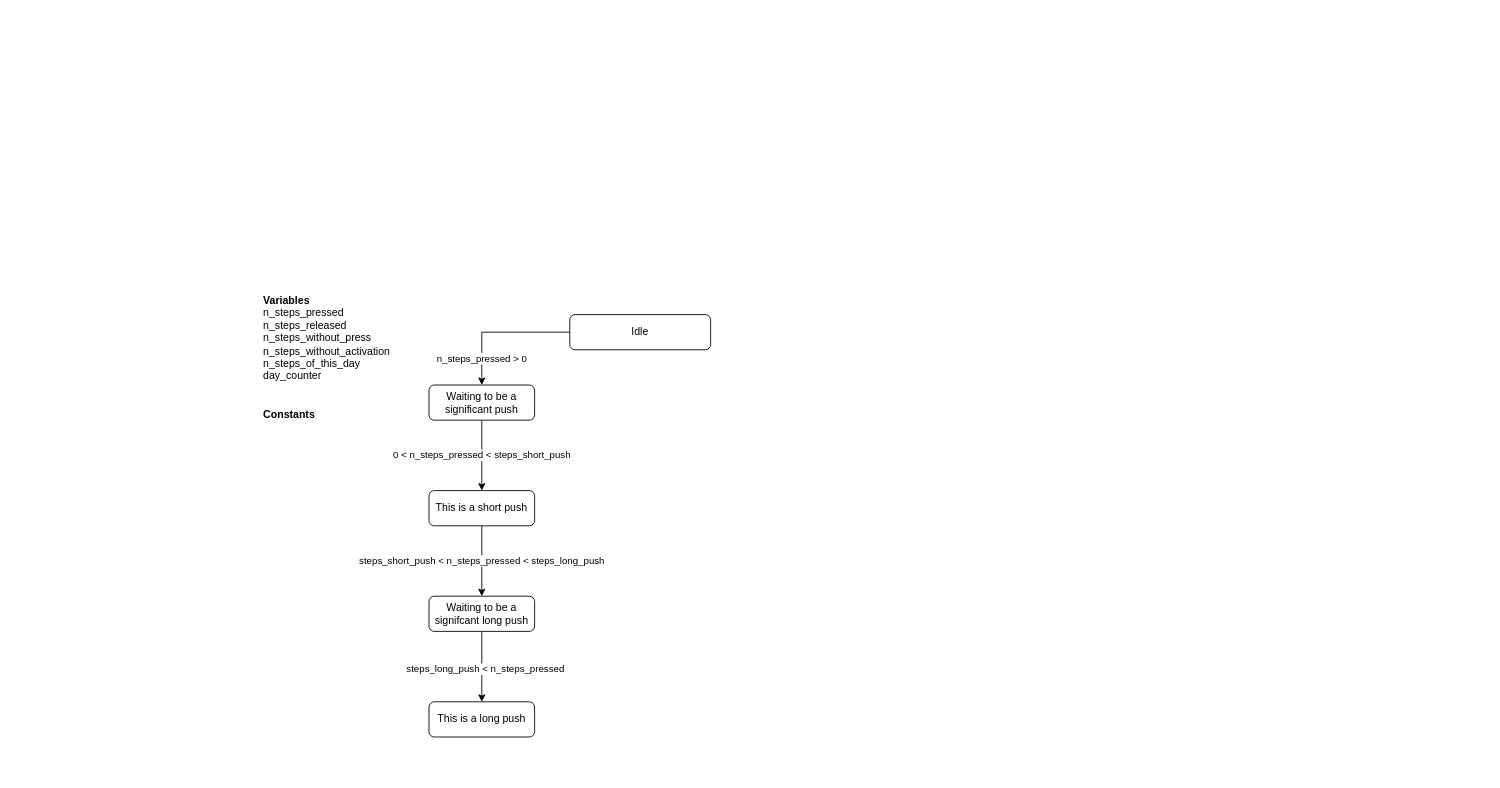
This is software/FSM_schema.drawio from losredoe132/h43it, a draw.io file, before an edit. Source tidied: cells renumbered, new cells numbered last; positions are measured from the earlier drawing's top-left corner, leaving out a move shared by most shapes. Both pictures are drawn from the tidied source at 88%, with x=0, y=0 at pixel (261, 288).
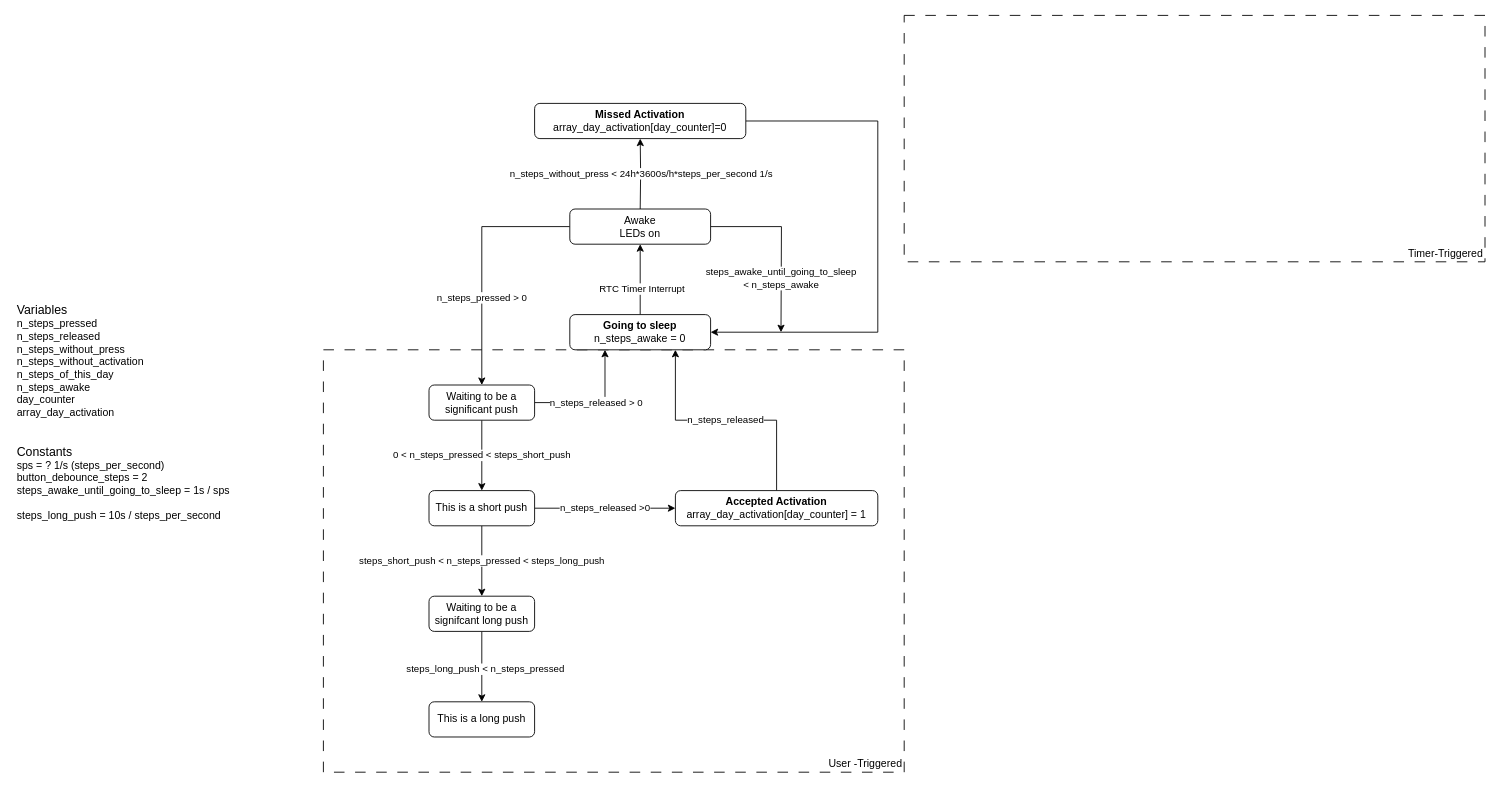
The same diagram, later.

Unchanged cells that the change refers to:
```xml
<mxCell id="3" value="Waiting to be a significant push" style="rounded=1;whiteSpace=wrap;html=1;fontSize=12;glass=0;strokeWidth=1;shadow=0;" parent="1" vertex="1">
  <mxGeometry x="190" y="110" width="120" height="40" as="geometry" />
</mxCell>
<mxCell id="5" value="This is a short push" style="rounded=1;whiteSpace=wrap;html=1;fontSize=12;glass=0;strokeWidth=1;shadow=0;" parent="1" vertex="1">
  <mxGeometry x="190" y="230" width="120" height="40" as="geometry" />
</mxCell>
```

Diff of the diagram source:
```diff
@@
+    <mxCell id="13" value="Timer-Triggered" style="rounded=0;whiteSpace=wrap;html=1;fillColor=none;dashed=1;dashPattern=12 12;align=right;verticalAlign=bottom;" parent="1" vertex="1">
+      <mxGeometry x="730" y="-310" width="660" height="280" as="geometry" />
+    </mxCell>
@@
+    <mxCell id="14" value="n_steps_released &amp;gt; 0" style="edgeStyle=orthogonalEdgeStyle;rounded=0;jettySize=auto;html=1;exitX=1;exitY=0.5;exitDx=0;exitDy=0;entryX=0.25;entryY=1;entryDx=0;entryDy=0;" parent="1" edge="1" source="3" target="7">
+      <mxGeometry relative="1" as="geometry" />
+    </mxCell>
@@
+    <mxCell id="15" value="n_steps_released &amp;gt;0" style="edgeStyle=orthogonalEdgeStyle;rounded=0;jettySize=auto;html=1;exitX=1;exitY=0.5;exitDx=0;exitDy=0;entryX=0;entryY=0.5;entryDx=0;entryDy=0;" parent="1" edge="1" source="5" target="17">
+      <mxGeometry relative="1" as="geometry" />
+    </mxCell>
@@
-    <mxCell id="6" value="n_steps_pressed &amp;gt; 0" style="edgeStyle=orthogonalEdgeStyle;rounded=0;jettySize=auto;html=1;exitX=0;exitY=0.5;exitDx=0;exitDy=0;entryX=0.5;entryY=0;entryDx=0;entryDy=0;" parent="1" edge="1" source="7" target="3">
-      <mxGeometry x="0.62" relative="1" as="geometry" />
+    <mxCell id="6" value="n_steps_pressed &amp;gt; 0" style="edgeStyle=orthogonalEdgeStyle;rounded=0;jettySize=auto;html=1;exitX=0;exitY=0.5;exitDx=0;exitDy=0;entryX=0.5;entryY=0;entryDx=0;entryDy=0;" parent="1" edge="1" source="25" target="3">
+      <mxGeometry x="0.29" relative="1" as="geometry" />
     </mxCell>
-    <mxCell id="7" value="Idle" style="rounded=1;whiteSpace=wrap;html=1;fontSize=12;glass=0;strokeWidth=1;shadow=0;" parent="1" vertex="1">
-      <mxGeometry x="350" y="30" width="160" height="40" as="geometry" />
-    </mxCell>
@@
-    <mxCell id="12" value="&lt;div&gt;&lt;b&gt;Variables&lt;br&gt;&lt;/b&gt;&lt;/div&gt;&lt;div&gt;n_steps_pressed&lt;/div&gt;&lt;div&gt;n_steps_released&lt;/div&gt;&lt;div&gt;n_steps_without_press&lt;/div&gt;&lt;div&gt;n_steps_without_activation&lt;/div&gt;&lt;div&gt;n_steps_of_this_day&lt;/div&gt;&lt;div&gt;day_counter &lt;br&gt;&lt;/div&gt;&lt;div&gt;&lt;br&gt;&lt;/div&gt;&lt;div&gt;&lt;br&gt;&lt;/div&gt;&lt;div&gt;&lt;b&gt;Constants&lt;/b&gt;&lt;/div&gt;&lt;div&gt;&lt;b&gt;&lt;br&gt;&lt;/b&gt;&lt;/div&gt;" style="text;html=1;align=left;verticalAlign=top;whiteSpace=wrap;rounded=0;" parent="1" vertex="1">
-      <mxGeometry width="160" height="280" as="geometry" />
+    <mxCell id="12" value="&lt;div&gt;&lt;font style=&quot;font-size: 14px;&quot;&gt;Variables&lt;br&gt;&lt;/font&gt;&lt;/div&gt;&lt;div&gt;n_steps_pressed&lt;/div&gt;&lt;div&gt;n_steps_released&lt;/div&gt;&lt;div&gt;n_steps_without_press&lt;/div&gt;&lt;div&gt;n_steps_without_activation&lt;/div&gt;&lt;div&gt;n_steps_of_this_day&lt;/div&gt;&lt;div&gt;n_steps_awake&lt;br&gt;&lt;/div&gt;&lt;div&gt;day_counter &lt;br&gt;&lt;/div&gt;&lt;div&gt;array_day_activation&lt;br&gt;&lt;/div&gt;&lt;div&gt;&lt;br&gt;&lt;/div&gt;&lt;div&gt;&lt;br&gt;&lt;/div&gt;&lt;div&gt;&lt;font style=&quot;font-size: 14px;&quot;&gt;Constants&lt;/font&gt;&lt;/div&gt;&lt;div&gt;sps = ? 1/s (steps_per_second)&lt;br&gt;&lt;/div&gt;&lt;div&gt;button_debounce_steps = 2&lt;br&gt;&lt;/div&gt;&lt;div&gt;steps_awake_until_going_to_sleep = 1s / sps&lt;br&gt;&lt;/div&gt;&lt;div&gt;&lt;br&gt;&lt;/div&gt;&lt;div&gt;steps_long_push = 10s / steps_per_second&lt;b&gt;&lt;br&gt;&lt;/b&gt;&lt;/div&gt;" style="text;html=1;align=left;verticalAlign=top;whiteSpace=wrap;rounded=0;" parent="1" vertex="1">
+      <mxGeometry x="-280" y="10" width="290" height="280" as="geometry" />
     </mxCell>
+    <mxCell id="16" value="n_steps_released" style="edgeStyle=orthogonalEdgeStyle;rounded=0;jettySize=auto;html=1;exitX=0.5;exitY=0;exitDx=0;exitDy=0;entryX=0.75;entryY=1;entryDx=0;entryDy=0;" parent="1" edge="1" source="17" target="7">
+      <mxGeometry relative="1" as="geometry" />
+    </mxCell>
+    <mxCell id="17" value="&lt;div&gt;&lt;b&gt;Accepted Activation&lt;/b&gt;&lt;/div&gt;&lt;div&gt;array_day_activation[day_counter] = 1&lt;br&gt;&lt;/div&gt;" style="rounded=1;whiteSpace=wrap;html=1;fontSize=12;glass=0;strokeWidth=1;shadow=0;" parent="1" vertex="1">
+      <mxGeometry x="470" y="230" width="230" height="40" as="geometry" />
+    </mxCell>
+    <mxCell id="18" value="&lt;div&gt;User -Triggered&lt;br&gt;&lt;/div&gt;" style="rounded=0;whiteSpace=wrap;html=1;fillColor=none;dashed=1;dashPattern=12 12;align=right;verticalAlign=bottom;" parent="1" vertex="1">
+      <mxGeometry x="70" y="70" width="660" height="480" as="geometry" />
+    </mxCell>
+    <mxCell id="19" value="n_steps_without_press &amp;lt; 24h*3600s/h*steps_per_second 1/s" style="edgeStyle=orthogonalEdgeStyle;rounded=0;jettySize=auto;html=1;" parent="1" edge="1" target="23">
+      <mxGeometry relative="1" as="geometry">
+        <mxPoint x="430" y="-90" as="sourcePoint" />
+      </mxGeometry>
+    </mxCell>
+    <mxCell id="20" style="edgeStyle=orthogonalEdgeStyle;rounded=0;jettySize=auto;html=1;" parent="1" edge="1" source="7" target="25">
+      <mxGeometry relative="1" as="geometry" />
+    </mxCell>
+    <mxCell id="21" value="RTC Timer Interrupt " style="edgeLabel;html=1;align=center;verticalAlign=middle;" parent="20" vertex="1">
+      <mxGeometry x="-0.25" y="-1" relative="1" as="geometry" />
+    </mxCell>
+    <mxCell id="7" value="&lt;div&gt;&lt;b&gt;Going to sleep&lt;/b&gt;&lt;/div&gt;&lt;div&gt;n_steps_awake = 0&lt;br&gt;&lt;/div&gt;" style="rounded=1;whiteSpace=wrap;html=1;fontSize=12;glass=0;strokeWidth=1;shadow=0;" parent="1" vertex="1">
+      <mxGeometry x="350" y="30" width="160" height="40" as="geometry" />
+    </mxCell>
+    <mxCell id="22" style="edgeStyle=orthogonalEdgeStyle;rounded=0;jettySize=auto;html=1;exitX=1;exitY=0.5;exitDx=0;exitDy=0;entryX=1;entryY=0.5;entryDx=0;entryDy=0;" parent="1" edge="1" source="23" target="7">
+      <mxGeometry relative="1" as="geometry">
+        <Array as="points">
+          <mxPoint x="700" y="-190" />
+          <mxPoint x="700" y="50" />
+        </Array>
+      </mxGeometry>
+    </mxCell>
+    <mxCell id="23" value="&lt;div&gt;&lt;b&gt;Missed Activation&lt;/b&gt;&lt;/div&gt;&lt;div&gt;array_day_activation[day_counter]=0&lt;/div&gt;" style="rounded=1;whiteSpace=wrap;html=1;fontSize=12;glass=0;strokeWidth=1;shadow=0;" parent="1" vertex="1">
+      <mxGeometry x="310" y="-210" width="240" height="40" as="geometry" />
+    </mxCell>
+    <mxCell id="24" value="&lt;div&gt;steps_awake_until_going_to_sleep&lt;/div&gt;&lt;div&gt;&amp;lt; n_steps_awake &lt;/div&gt;" style="edgeStyle=orthogonalEdgeStyle;rounded=0;jettySize=auto;html=1;exitX=1;exitY=0.5;exitDx=0;exitDy=0;" parent="1" edge="1" source="25">
+      <mxGeometry x="0.4" relative="1" as="geometry">
+        <mxPoint x="590" y="50" as="targetPoint" />
+      </mxGeometry>
+    </mxCell>
+    <mxCell id="25" value="&lt;div&gt;Awake &lt;/div&gt;LEDs on " style="rounded=1;whiteSpace=wrap;html=1;fontSize=12;glass=0;strokeWidth=1;shadow=0;" parent="1" vertex="1">
+      <mxGeometry x="350" y="-90" width="160" height="40" as="geometry" />
+    </mxCell>
```
